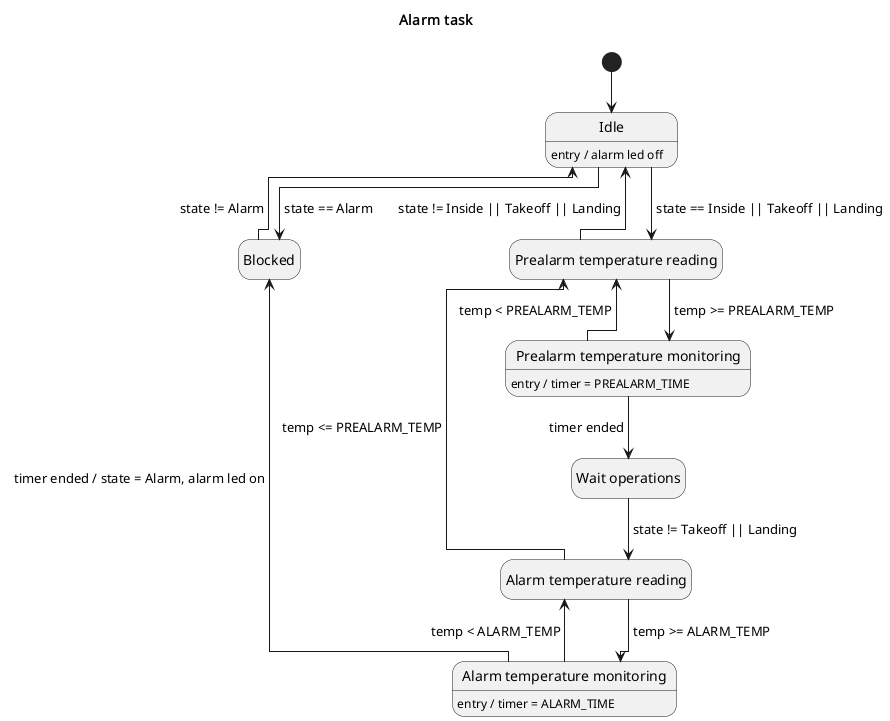
Above: assignments/02-sdh/docs/tasks/alarm.png in the-real-deal/unibo-iot-didospita (PlantUML), before the change.
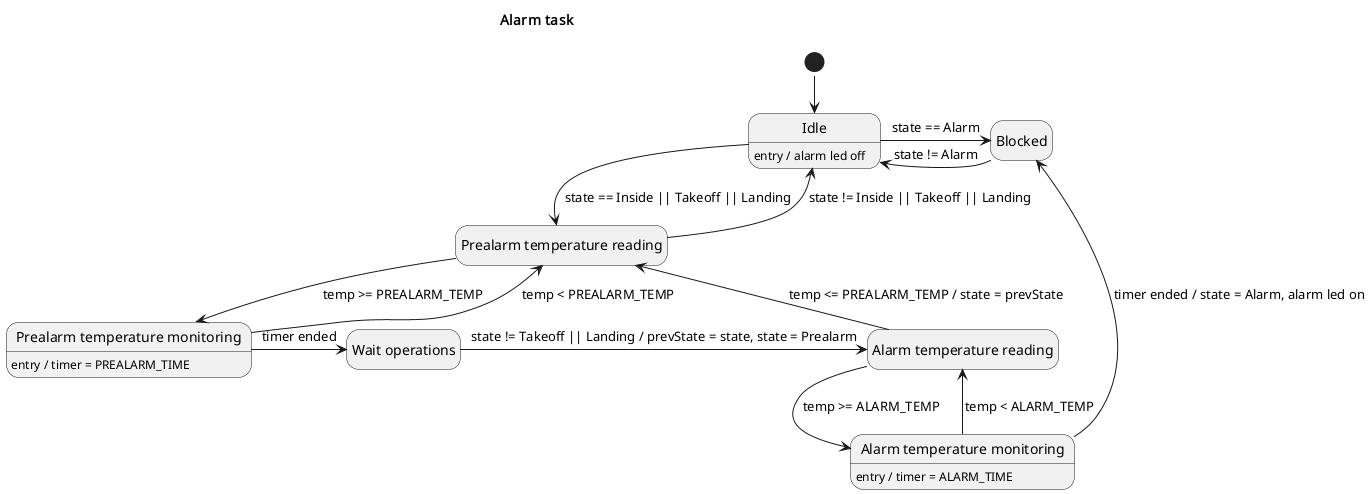
After the commit.

Commit message:
alarm prev state

What changed in the source:
```diff
@@ -1,5 +1,5 @@
 @startuml AlarmTask
-!pragma layout elk
+!pragma layout smetana
 hide empty description
 
 title "Alarm task"
@@ -35,10 +35,10 @@
 prealarmTempMonitoring -u-> prealarmTempReading : temp < PREALARM_TEMP
 prealarmTempMonitoring -r-> waitOperations : timer ended
 
-waitOperations -r-> alarmTempReading : state != Takeoff || Landing
+waitOperations -r-> alarmTempReading : state != Takeoff || Landing / prevState = state, state = Prealarm
 
 alarmTempReading -d-> alarmTempMonitoring : temp >= ALARM_TEMP
-alarmTempReading -l-> prealarmTempReading : temp <= PREALARM_TEMP
+alarmTempReading -l-> prealarmTempReading : temp <= PREALARM_TEMP / state = prevState
 alarmTempMonitoring -u-> alarmTempReading : temp < ALARM_TEMP
 alarmTempMonitoring -u-> blocked : timer ended / state = Alarm, alarm led on
 
```
